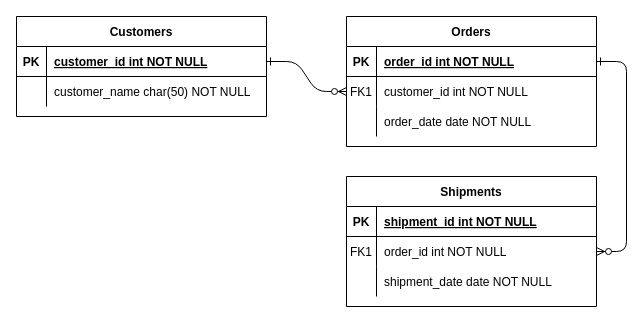
Above: Berechtigungsmanagement_T.drawio in martinheinrich/martinheinrich (draw.io), before the change. Source tidied: cells renumbered, new cells numbered last; positions are measured from the earlier drawing's top-left corner, leaving out a move shared by most shapes. Both pictures are drawn from the tidied source at 100%, with x=0, y=0 at pixel (16, 16).
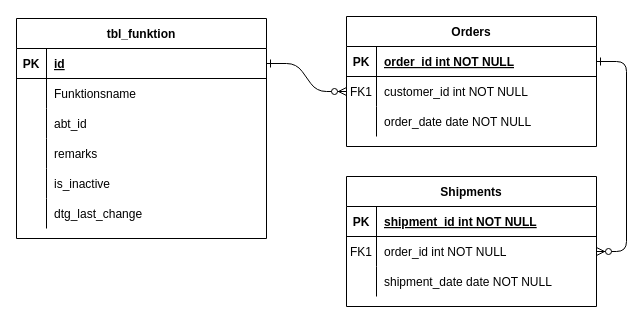
After the change.

Unchanged cells that the change refers to:
```xml
<mxCell id="25" style="shape=partialRectangle;fillColor=none;points=[[0,0.5],[1,0.5]];portConstraint=eastwest;top=0;left=0;right=0;bottom=1;" parent="24" vertex="1">
  <mxGeometry y="30" width="250" height="30" as="geometry" />
</mxCell>
<mxCell id="28" style="shape=partialRectangle;fillColor=none;top=0;left=0;right=0;bottom=0;" parent="24" vertex="1">
  <mxGeometry y="60" width="250" height="30" as="geometry" />
</mxCell>
```

What changed in the source:
```diff
@@
-    <mxCell id="24" value="Customers" style="shape=table;startSize=30;childLayout=tableLayout;rowLines=0;fontStyle=1;align=center;" parent="1" vertex="1">
-      <mxGeometry width="250" height="100" as="geometry" />
+    <mxCell id="24" value="tbl_funktion" style="shape=table;startSize=30;childLayout=tableLayout;rowLines=0;fontStyle=1;align=center;" parent="1" vertex="1">
+      <mxGeometry y="2" width="250" height="220" as="geometry" />
     </mxCell>
@@
-    <mxCell id="27" value="customer_id int NOT NULL " style="shape=partialRectangle;overflow=hidden;fillColor=none;top=0;left=0;bottom=0;right=0;align=left;spacingLeft=6;fontStyle=5;" parent="25" vertex="1">
+    <mxCell id="27" value="id" style="shape=partialRectangle;overflow=hidden;fillColor=none;top=0;left=0;bottom=0;right=0;align=left;spacingLeft=6;fontStyle=5;" parent="25" vertex="1">
       <mxGeometry x="30" width="220" height="30" as="geometry" />
     </mxCell>
@@
-    <mxCell id="30" value="customer_name char(50) NOT NULL" style="shape=partialRectangle;overflow=hidden;fillColor=none;top=0;left=0;bottom=0;right=0;align=left;spacingLeft=6;" parent="28" vertex="1">
+    <mxCell id="30" value="Funktionsname" style="shape=partialRectangle;overflow=hidden;fillColor=none;top=0;left=0;bottom=0;right=0;align=left;spacingLeft=6;" parent="28" vertex="1">
       <mxGeometry x="30" width="220" height="30" as="geometry" />
     </mxCell>
+    <mxCell id="31" style="shape=partialRectangle;fillColor=none;top=0;left=0;right=0;bottom=0;" parent="24" vertex="1">
+      <mxGeometry y="90" width="250" height="30" as="geometry" />
+    </mxCell>
+    <mxCell id="32" style="shape=partialRectangle;overflow=hidden;fillColor=none;top=0;left=0;bottom=0;right=0;" parent="31" vertex="1">
+      <mxGeometry width="30" height="30" as="geometry" />
+    </mxCell>
+    <mxCell id="33" value="abt_id" style="shape=partialRectangle;overflow=hidden;fillColor=none;top=0;left=0;bottom=0;right=0;align=left;spacingLeft=6;" parent="31" vertex="1">
+      <mxGeometry x="30" width="220" height="30" as="geometry" />
+    </mxCell>
+    <mxCell id="34" style="shape=partialRectangle;fillColor=none;top=0;left=0;right=0;bottom=0;" parent="24" vertex="1">
+      <mxGeometry y="120" width="250" height="30" as="geometry" />
+    </mxCell>
+    <mxCell id="35" style="shape=partialRectangle;overflow=hidden;fillColor=none;top=0;left=0;bottom=0;right=0;" parent="34" vertex="1">
+      <mxGeometry width="30" height="30" as="geometry" />
+    </mxCell>
+    <mxCell id="36" value="remarks" style="shape=partialRectangle;overflow=hidden;fillColor=none;top=0;left=0;bottom=0;right=0;align=left;spacingLeft=6;" parent="34" vertex="1">
+      <mxGeometry x="30" width="220" height="30" as="geometry" />
+    </mxCell>
+    <mxCell id="37" style="shape=partialRectangle;fillColor=none;top=0;left=0;right=0;bottom=0;" parent="24" vertex="1">
+      <mxGeometry y="150" width="250" height="30" as="geometry" />
+    </mxCell>
+    <mxCell id="38" style="shape=partialRectangle;overflow=hidden;fillColor=none;top=0;left=0;bottom=0;right=0;" parent="37" vertex="1">
+      <mxGeometry width="30" height="30" as="geometry" />
+    </mxCell>
+    <mxCell id="39" value="is_inactive" style="shape=partialRectangle;overflow=hidden;fillColor=none;top=0;left=0;bottom=0;right=0;align=left;spacingLeft=6;" parent="37" vertex="1">
+      <mxGeometry x="30" width="220" height="30" as="geometry" />
+    </mxCell>
+    <mxCell id="40" style="shape=partialRectangle;fillColor=none;top=0;left=0;right=0;bottom=0;" parent="24" vertex="1">
+      <mxGeometry y="180" width="250" height="30" as="geometry" />
+    </mxCell>
+    <mxCell id="41" style="shape=partialRectangle;overflow=hidden;fillColor=none;top=0;left=0;bottom=0;right=0;" parent="40" vertex="1">
+      <mxGeometry width="30" height="30" as="geometry" />
+    </mxCell>
+    <mxCell id="42" value="dtg_last_change" style="shape=partialRectangle;overflow=hidden;fillColor=none;top=0;left=0;bottom=0;right=0;align=left;spacingLeft=6;" parent="40" vertex="1">
+      <mxGeometry x="30" width="220" height="30" as="geometry" />
+    </mxCell>
```
